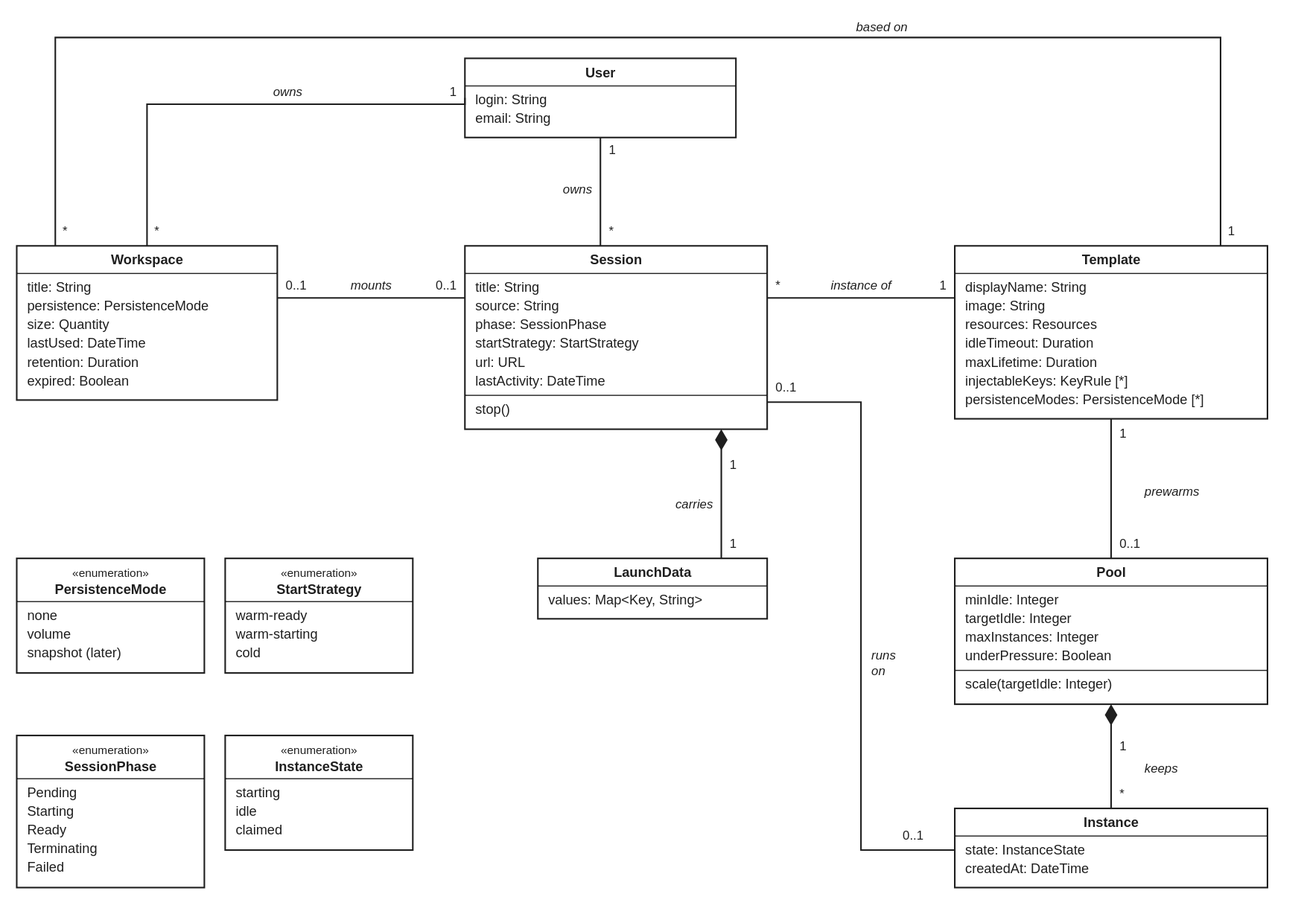
Above: docs/architecture/diagrams/object-model.svg in EduIDE/EduIDE-control-plane (draw.io), before the change. Source tidied: cells renumbered, new cells last; positions are measured from the earlier drawing's top-left corner, leaving out a move shared by most shapes.
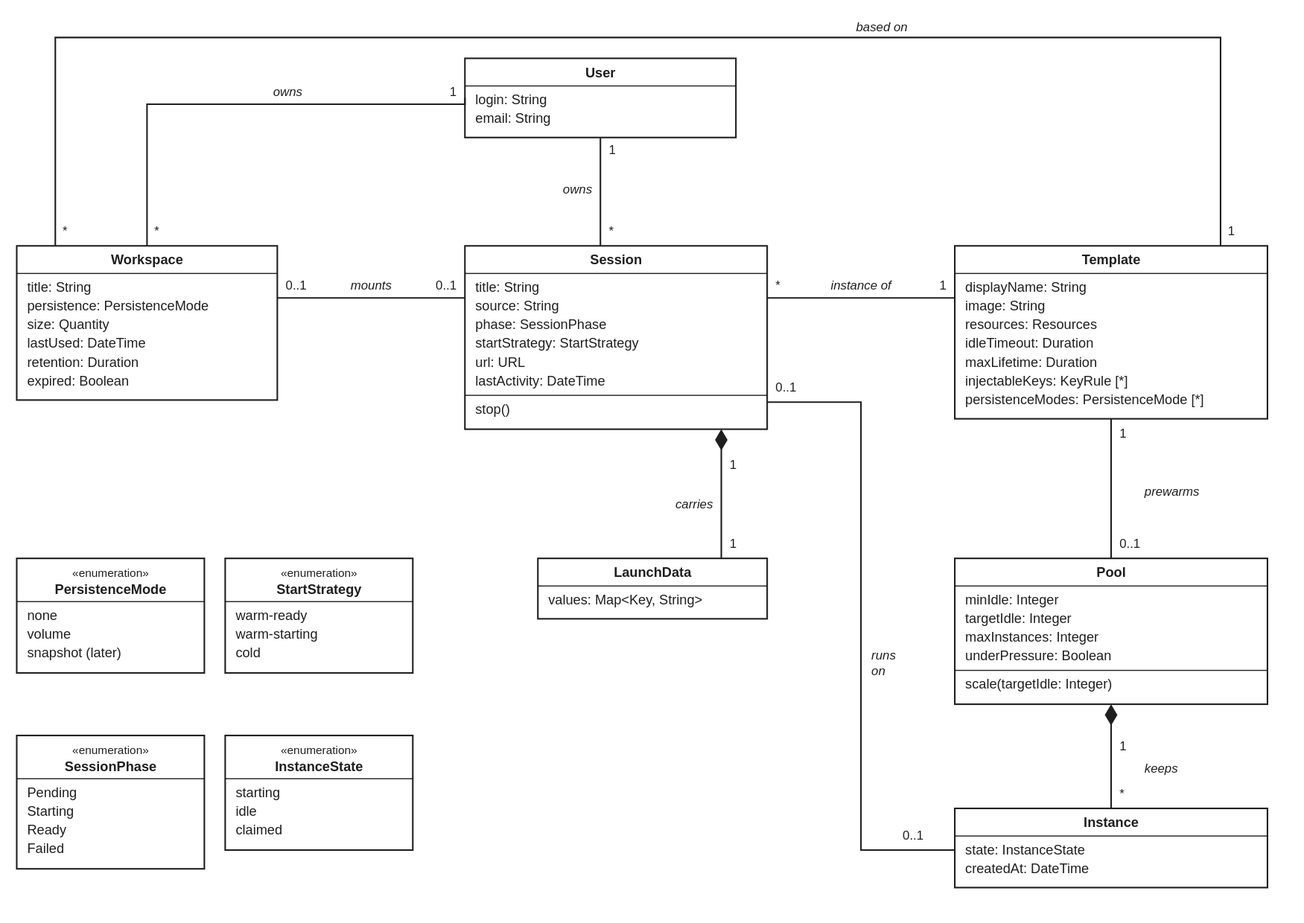
The same file after the commit.

Change to the diagram source:
```diff
@@ -151,8 +151,8 @@
     <mxCell id="46" value="&lt;div style=&quot;padding:6px 0 4px 0;text-align:center;&quot;&gt;&lt;span style=&quot;font-size:11px;&quot;&gt;«enumeration»&lt;/span&gt;&lt;br/&gt;&lt;b&gt;StartStrategy&lt;/b&gt;&lt;/div&gt;&lt;hr size=&quot;1&quot; style=&quot;border-style:solid;border-color:#1F1F1F;margin:0;&quot;/&gt;&lt;div style=&quot;padding:4px 10px;line-height:18px;&quot;&gt;warm-ready&lt;br/&gt;warm-starting&lt;br/&gt;cold&lt;/div&gt;" style="html=1;verticalAlign=top;align=left;overflow=fill;whiteSpace=wrap;rounded=0;strokeColor=#1F1F1F;strokeWidth=1.5;fillColor=#FFFFFF;fontFamily=Helvetica;fontSize=13;fontColor=#1F1F1F;" parent="1" vertex="1">
       <mxGeometry x="200" y="520" width="180" height="110" as="geometry" />
     </mxCell>
-    <mxCell id="47" value="&lt;div style=&quot;padding:6px 0 4px 0;text-align:center;&quot;&gt;&lt;span style=&quot;font-size:11px;&quot;&gt;«enumeration»&lt;/span&gt;&lt;br/&gt;&lt;b&gt;SessionPhase&lt;/b&gt;&lt;/div&gt;&lt;hr size=&quot;1&quot; style=&quot;border-style:solid;border-color:#1F1F1F;margin:0;&quot;/&gt;&lt;div style=&quot;padding:4px 10px;line-height:18px;&quot;&gt;Pending&lt;br/&gt;Starting&lt;br/&gt;Ready&lt;br/&gt;Terminating&lt;br/&gt;Failed&lt;/div&gt;" style="html=1;verticalAlign=top;align=left;overflow=fill;whiteSpace=wrap;rounded=0;strokeColor=#1F1F1F;strokeWidth=1.5;fillColor=#FFFFFF;fontFamily=Helvetica;fontSize=13;fontColor=#1F1F1F;" parent="1" vertex="1">
-      <mxGeometry y="690" width="180" height="146" as="geometry" />
+    <mxCell id="47" value="&lt;div style=&quot;padding:6px 0 4px 0;text-align:center;&quot;&gt;&lt;span style=&quot;font-size:11px;&quot;&gt;«enumeration»&lt;/span&gt;&lt;br/&gt;&lt;b&gt;SessionPhase&lt;/b&gt;&lt;/div&gt;&lt;hr size=&quot;1&quot; style=&quot;border-style:solid;border-color:#1F1F1F;margin:0;&quot;/&gt;&lt;div style=&quot;padding:4px 10px;line-height:18px;&quot;&gt;Pending&lt;br/&gt;Starting&lt;br/&gt;Ready&lt;br/&gt;Failed&lt;/div&gt;" style="html=1;verticalAlign=top;align=left;overflow=fill;whiteSpace=wrap;rounded=0;strokeColor=#1F1F1F;strokeWidth=1.5;fillColor=#FFFFFF;fontFamily=Helvetica;fontSize=13;fontColor=#1F1F1F;" parent="1" vertex="1">
+      <mxGeometry y="690" width="180" height="128" as="geometry" />
     </mxCell>
     <mxCell id="48" value="&lt;div style=&quot;padding:6px 0 4px 0;text-align:center;&quot;&gt;&lt;span style=&quot;font-size:11px;&quot;&gt;«enumeration»&lt;/span&gt;&lt;br/&gt;&lt;b&gt;InstanceState&lt;/b&gt;&lt;/div&gt;&lt;hr size=&quot;1&quot; style=&quot;border-style:solid;border-color:#1F1F1F;margin:0;&quot;/&gt;&lt;div style=&quot;padding:4px 10px;line-height:18px;&quot;&gt;starting&lt;br/&gt;idle&lt;br/&gt;claimed&lt;/div&gt;" style="html=1;verticalAlign=top;align=left;overflow=fill;whiteSpace=wrap;rounded=0;strokeColor=#1F1F1F;strokeWidth=1.5;fillColor=#FFFFFF;fontFamily=Helvetica;fontSize=13;fontColor=#1F1F1F;" parent="1" vertex="1">
       <mxGeometry x="200" y="690" width="180" height="110" as="geometry" />
```
